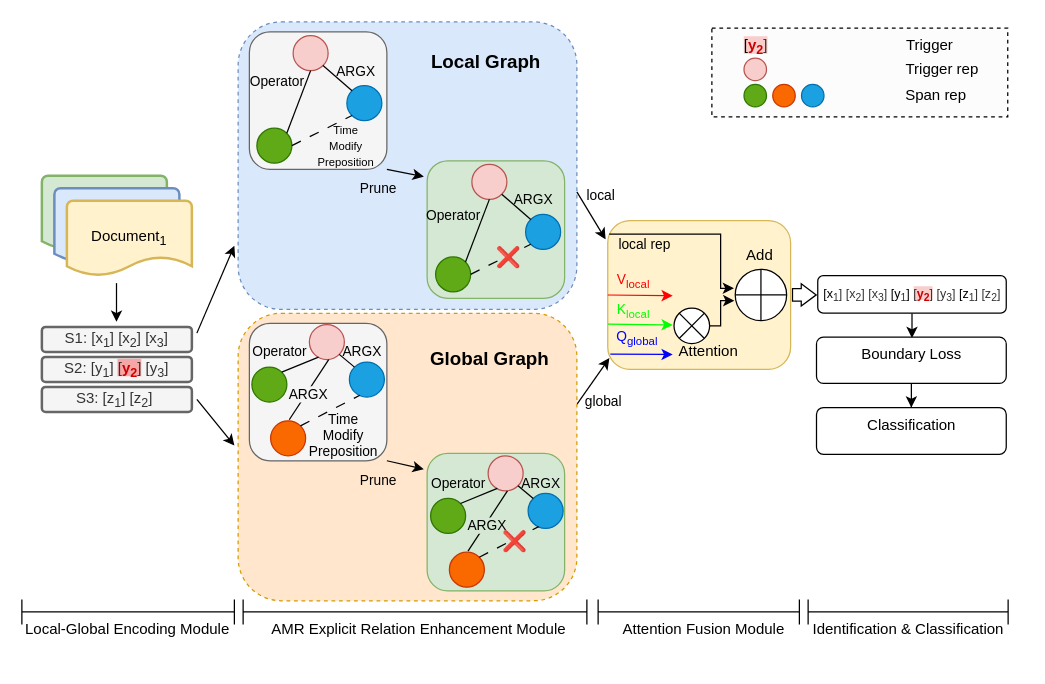
Before: model-modify2.drawio in crawlerWPS/drawing, a draw.io diagram. Source tidied: cells renumbered, new cells numbered last; positions are measured from the earlier drawing's top-left corner, leaving out a move shared by most shapes. Both pictures are drawn from the tidied source at 125%, with x=0, y=0 at pixel (21, 21).
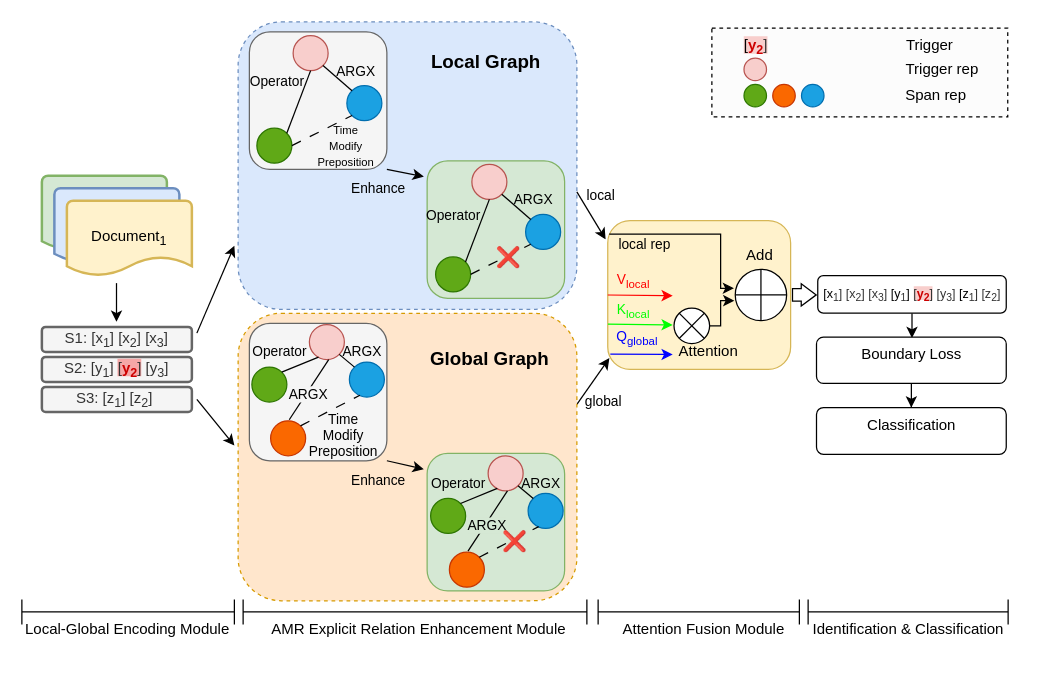
After the change.

Unchanged cells that the change refers to:
```xml
<mxCell id="17" style="edgeStyle=none;jettySize=auto;html=1;rounded=0;entryX=-0.024;entryY=0.115;entryDx=0;entryDy=0;entryPerimeter=0;exitX=1;exitY=1;exitDx=0;exitDy=0;" parent="1" edge="1" source="3" target="16">
  <mxGeometry relative="1" as="geometry" />
</mxCell>
<mxCell id="71" style="edgeStyle=none;jettySize=auto;html=1;rounded=0;entryX=-0.024;entryY=0.115;entryDx=0;entryDy=0;entryPerimeter=0;exitX=1;exitY=1;exitDx=0;exitDy=0;" parent="1" edge="1" source="69" target="70">
  <mxGeometry relative="1" as="geometry" />
</mxCell>
```

Change to the diagram source:
```diff
@@
-    <mxCell id="18" value="Prune" style="edgeLabel;html=1;align=center;verticalAlign=middle;labelBackgroundColor=#dae8fc;" parent="17" vertex="1">
+    <mxCell id="18" value="Enhance" style="edgeLabel;html=1;align=center;verticalAlign=middle;labelBackgroundColor=#dae8fc;" parent="17" vertex="1">
       <mxGeometry x="-0.42" relative="1" as="geometry">
         <mxPoint x="-16" y="13" as="offset" />
       </mxGeometry>
     </mxCell>
@@
-    <mxCell id="72" value="Prune" style="edgeLabel;html=1;align=center;verticalAlign=middle;labelBackgroundColor=#ffe6cc;" parent="71" vertex="1">
+    <mxCell id="72" value="Enhance" style="edgeLabel;html=1;align=center;verticalAlign=middle;labelBackgroundColor=#ffe6cc;" parent="71" vertex="1">
       <mxGeometry x="-0.42" relative="1" as="geometry">
         <mxPoint x="-16" y="13" as="offset" />
       </mxGeometry>
     </mxCell>
```
